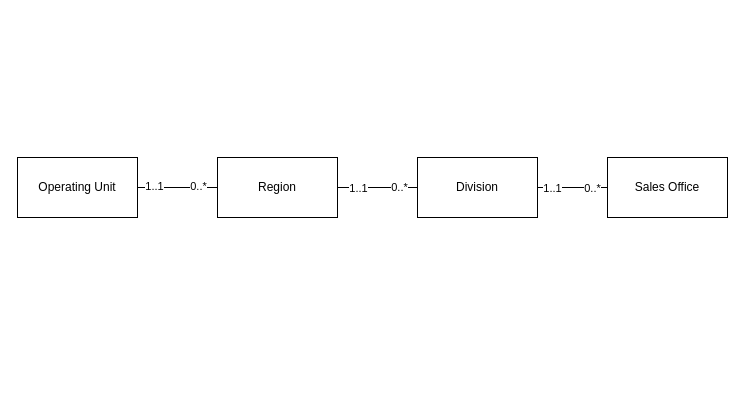
Before: analysis-patterns-2-3-Organization-structure-with-explicit-levels.drawio in wubin28/analysis-patterns-diagrams-in-uml, a draw.io diagram. Source tidied: cells renumbered, new cells numbered last; positions are measured from the earlier drawing's top-left corner, leaving out a move shared by most shapes. Both pictures are drawn from the tidied source at 100%, with x=0, y=0 at pixel (17, 157).
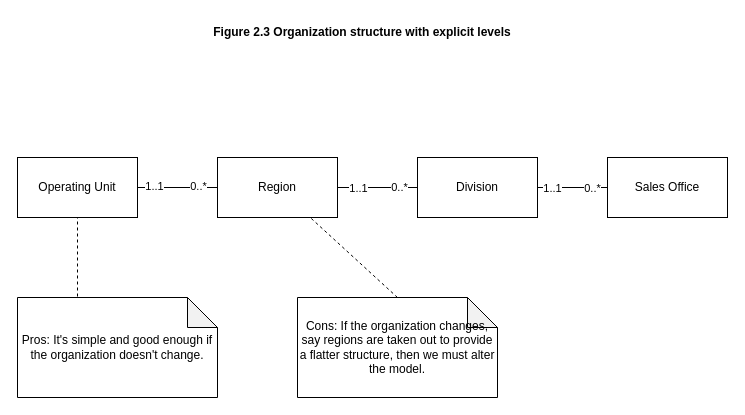
Above is the later version.

Commit message:
refactor: add pros and cons in figure 2.3

Unchanged cells that the change refers to:
```xml
<mxCell id="2" value="Operating Unit" style="rounded=0;whiteSpace=wrap;html=1;" parent="1" vertex="1">
  <mxGeometry width="120" height="60" as="geometry" />
</mxCell>
<mxCell id="6" value="Region" style="rounded=0;whiteSpace=wrap;html=1;" parent="1" vertex="1">
  <mxGeometry x="200" width="120" height="60" as="geometry" />
</mxCell>
```

Change to the diagram source:
```diff
@@
+    <mxCell id="15" value="Figure 2.3 Organization structure with explicit levels" style="text;html=1;strokeColor=none;fillColor=none;align=center;verticalAlign=middle;whiteSpace=wrap;rounded=0;fontStyle=1;" parent="1" vertex="1">
+      <mxGeometry x="180" y="-140" width="330" height="30" as="geometry" />
+    </mxCell>
+    <mxCell id="16" value="Cons:&amp;nbsp;If the organization changes, say regions are taken out to provide a flatter structure, then we must alter the model." style="shape=note;whiteSpace=wrap;html=1;backgroundOutline=1;darkOpacity=0.05;" parent="1" vertex="1">
+      <mxGeometry x="280" y="140" width="200" height="100" as="geometry" />
+    </mxCell>
+    <mxCell id="17" style="endArrow=none;dashed=1;html=1;rounded=0;exitX=0.5;exitY=0;exitDx=0;exitDy=0;exitPerimeter=0;" parent="1" edge="1" source="16" target="6">
+      <mxGeometry relative="1" as="geometry" />
+    </mxCell>
+    <mxCell id="18" value="Pros: It's simple and good enough if the organization doesn't change." style="shape=note;whiteSpace=wrap;html=1;backgroundOutline=1;darkOpacity=0.05;" parent="1" vertex="1">
+      <mxGeometry y="140" width="200" height="100" as="geometry" />
+    </mxCell>
+    <mxCell id="19" style="endArrow=none;dashed=1;html=1;rounded=0;exitX=0.3;exitY=-0.01;exitDx=0;exitDy=0;exitPerimeter=0;entryX=0.5;entryY=1;entryDx=0;entryDy=0;" parent="1" edge="1" source="18" target="2">
+      <mxGeometry relative="1" as="geometry" />
+    </mxCell>
```
